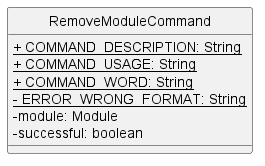
nus-cs2113-AY2223S1/tp keeps this PlantUML diagram as docs/images/RemoveModuleCommandClass.png. Above is the earlier version. Its diagram source:
```plantuml
@startuml
hide circle
skinparam classAttributeIconSize 0

class RemoveModuleCommand {
    <u>+ COMMAND_DESCRIPTION: String
    <u>+ COMMAND_USAGE: String
    <u>+ COMMAND_WORD: String
    <u>- ERROR_WRONG_FORMAT: String
    - module: Module
    - successful: boolean
}

@enduml
```
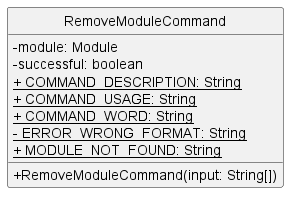
After the change.

The edit, as a diff of the source:
```diff
@@ -3,12 +3,15 @@
 skinparam classAttributeIconSize 0
 
 class RemoveModuleCommand {
+    - module: Module
+    - successful: boolean
     <u>+ COMMAND_DESCRIPTION: String
     <u>+ COMMAND_USAGE: String
     <u>+ COMMAND_WORD: String
     <u>- ERROR_WRONG_FORMAT: String
-    - module: Module
-    - successful: boolean
+    <u>+ MODULE_NOT_FOUND: String
+
+    + RemoveModuleCommand(input: String[])
 }
 
 @enduml
```
